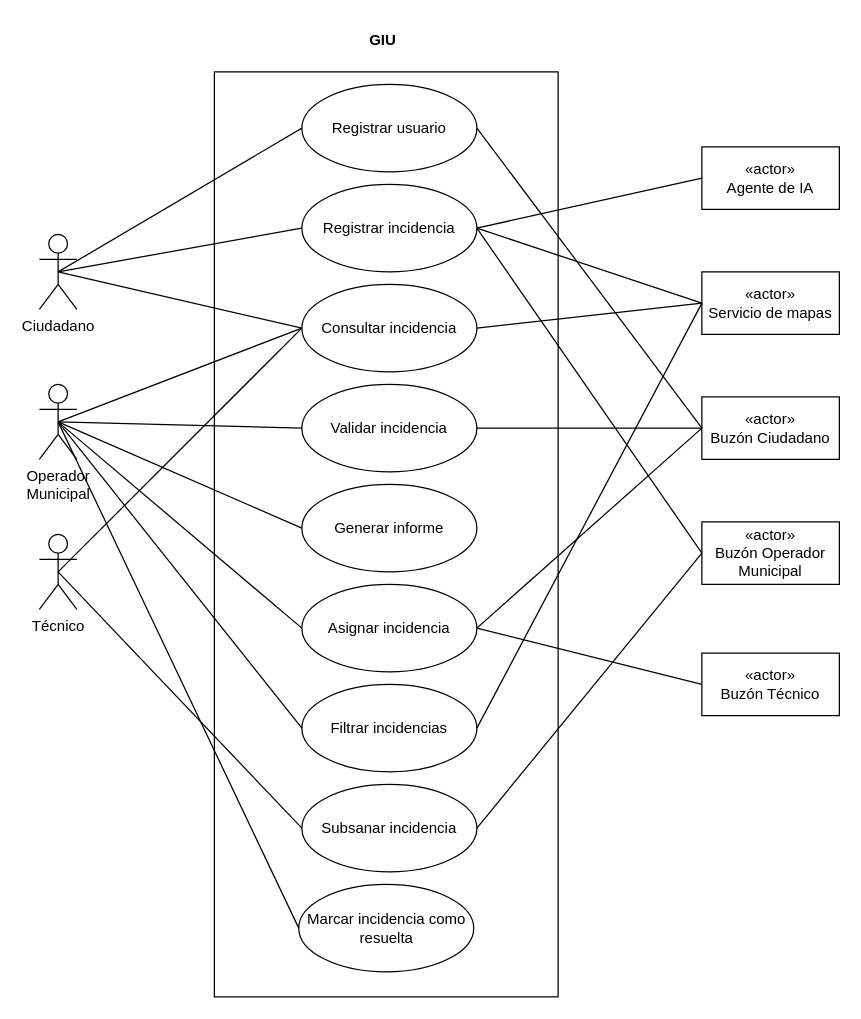
Before: Diagrams/Diagrama_de_casos_de_uso_v3.drawio in javimoralesg/UrbanDesk, a draw.io diagram. Source tidied: cells renumbered, new cells numbered last; positions are measured from the earlier drawing's top-left corner, leaving out a move shared by most shapes. Both pictures are drawn from the tidied source at 125%, with x=0, y=0 at pixel (39, 21).
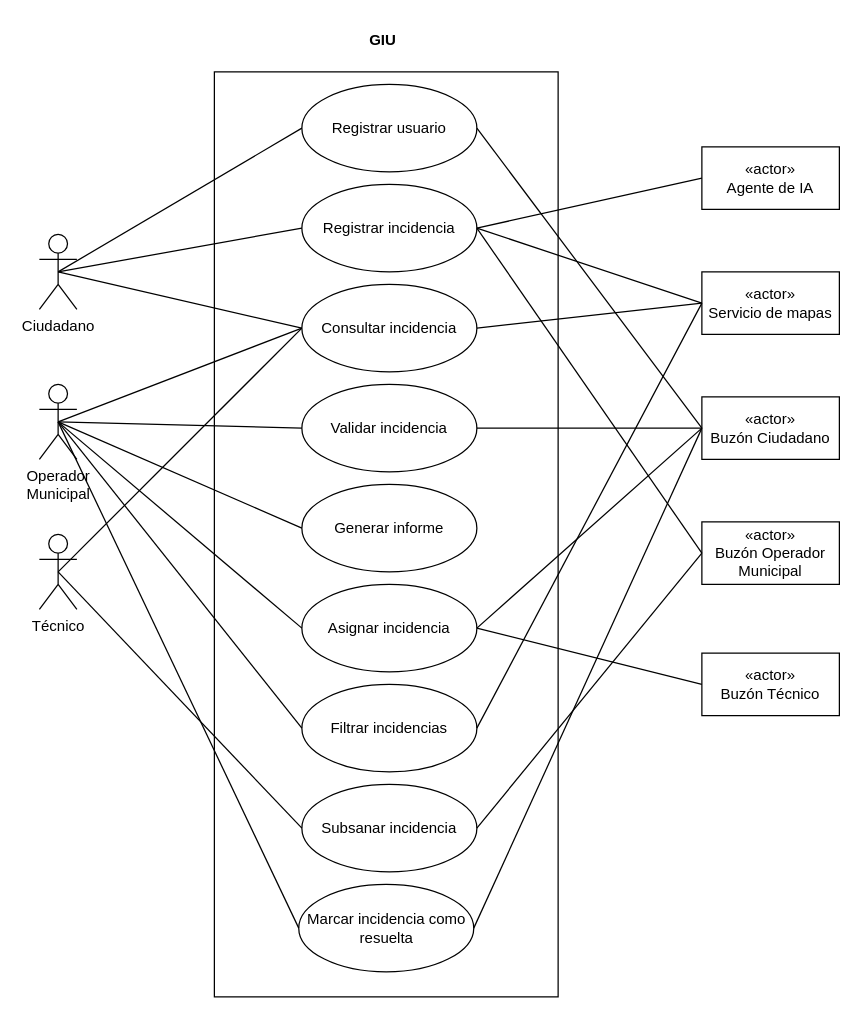
Above is the later version.

Commit message:
update use case diagram v3

Unchanged cells that the change refers to:
```xml
<mxCell id="6" value="«actor»&lt;br&gt;Buzón Ciudadano" style="html=1;whiteSpace=wrap;" parent="1" vertex="1">
  <mxGeometry x="530" y="300" width="110" height="50" as="geometry" />
</mxCell>
<mxCell id="40" value="Marcar incidencia como resuelta" style="ellipse;whiteSpace=wrap;html=1;" parent="1" vertex="1">
  <mxGeometry x="207.5" y="690" width="140" height="70" as="geometry" />
</mxCell>
```

What changed in the source:
```diff
@@
+    <mxCell id="42" style="endArrow=none;html=1;rounded=0;exitX=1;exitY=0.5;exitDx=0;exitDy=0;entryX=0;entryY=0.5;entryDx=0;entryDy=0;" parent="1" edge="1" source="40" target="6">
+      <mxGeometry relative="1" as="geometry" />
+    </mxCell>
```
